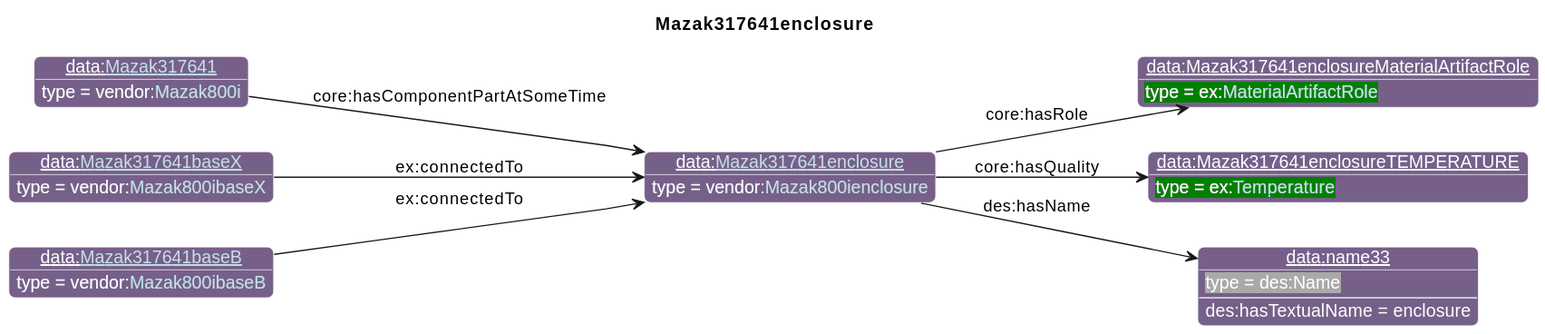
Before: diagrams/Mazak317641enclosure.svg, a diagram exported from PlantUML (iofoundry/example-syseng-mtconnect).
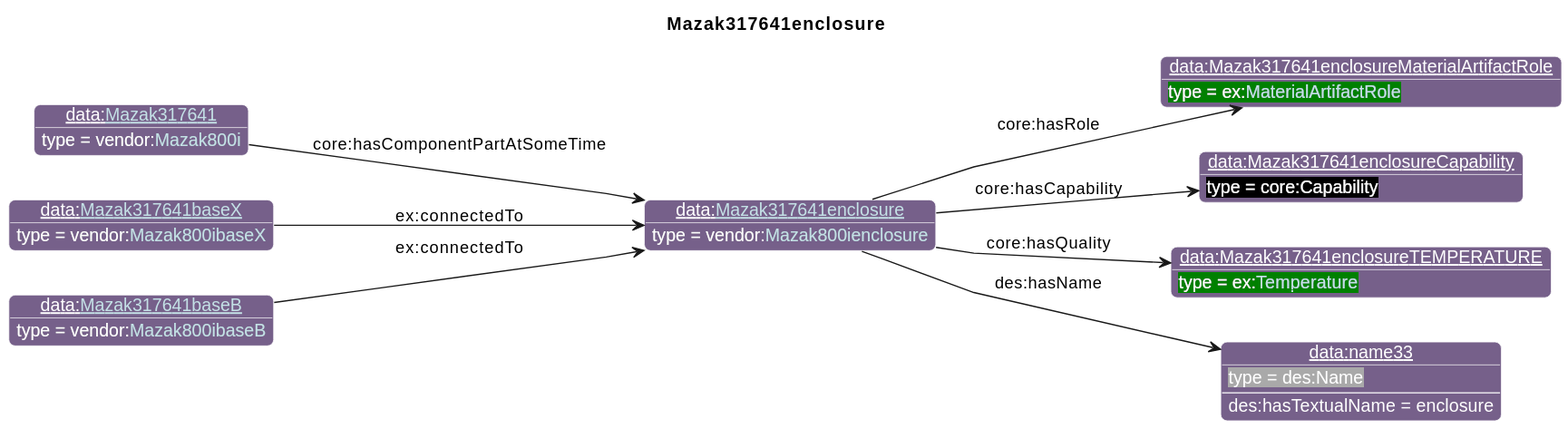
The same file after the commit.

The edit, as a diff of the source:
```diff
@@ -27,16 +27,18 @@
       }
 individual(o0, data:[[./Mazak317641enclosure.html Mazak317641enclosure]], vendor:[[../Mazak.html#Mazak800ienclosure Mazak800ienclosure]])
 individual(o1, data:Mazak317641enclosureMaterialArtifactRole, ex:[[../Example.html#MaterialArtifactRole MaterialArtifactRole]])
-individual(o2, data:Mazak317641enclosureTEMPERATURE, ex:[[../Example.html#Temperature Temperature]])
-individual(o3, data:name33, des:Name)
-individual(o4, data:[[./Mazak317641.html Mazak317641]], vendor:[[../Mazak.html#Mazak800i Mazak800i]])
-individual(o5, data:[[./Mazak317641baseX.html Mazak317641baseX]], vendor:[[../Mazak.html#Mazak800ibaseX Mazak800ibaseX]])
-individual(o6, data:[[./Mazak317641baseB.html Mazak317641baseB]], vendor:[[../Mazak.html#Mazak800ibaseB Mazak800ibaseB]])
+individual(o2, data:Mazak317641enclosureCapability, core:Capability)
+individual(o3, data:Mazak317641enclosureTEMPERATURE, ex:[[../Example.html#Temperature Temperature]])
+individual(o4, data:name33, des:Name)
+individual(o5, data:[[./Mazak317641.html Mazak317641]], vendor:[[../Mazak.html#Mazak800i Mazak800i]])
+individual(o6, data:[[./Mazak317641baseX.html Mazak317641baseX]], vendor:[[../Mazak.html#Mazak800ibaseX Mazak800ibaseX]])
+individual(o7, data:[[./Mazak317641baseB.html Mazak317641baseB]], vendor:[[../Mazak.html#Mazak800ibaseB Mazak800ibaseB]])
 property(o0, "core:hasRole", o1)
-property(o0, "core:hasQuality", o2)
-property(o0, "des:hasName", o3)
-data(o3, "des:hasTextualName", "enclosure")
-property(o4, "core:hasComponentPartAtSomeTime", o0)
-property(o5, "ex:connectedTo", o0)
+property(o0, "core:hasCapability", o2)
+property(o0, "core:hasQuality", o3)
+property(o0, "des:hasName", o4)
+data(o4, "des:hasTextualName", "enclosure")
+property(o5, "core:hasComponentPartAtSomeTime", o0)
 property(o6, "ex:connectedTo", o0)
+property(o7, "ex:connectedTo", o0)
 @enduml
```
